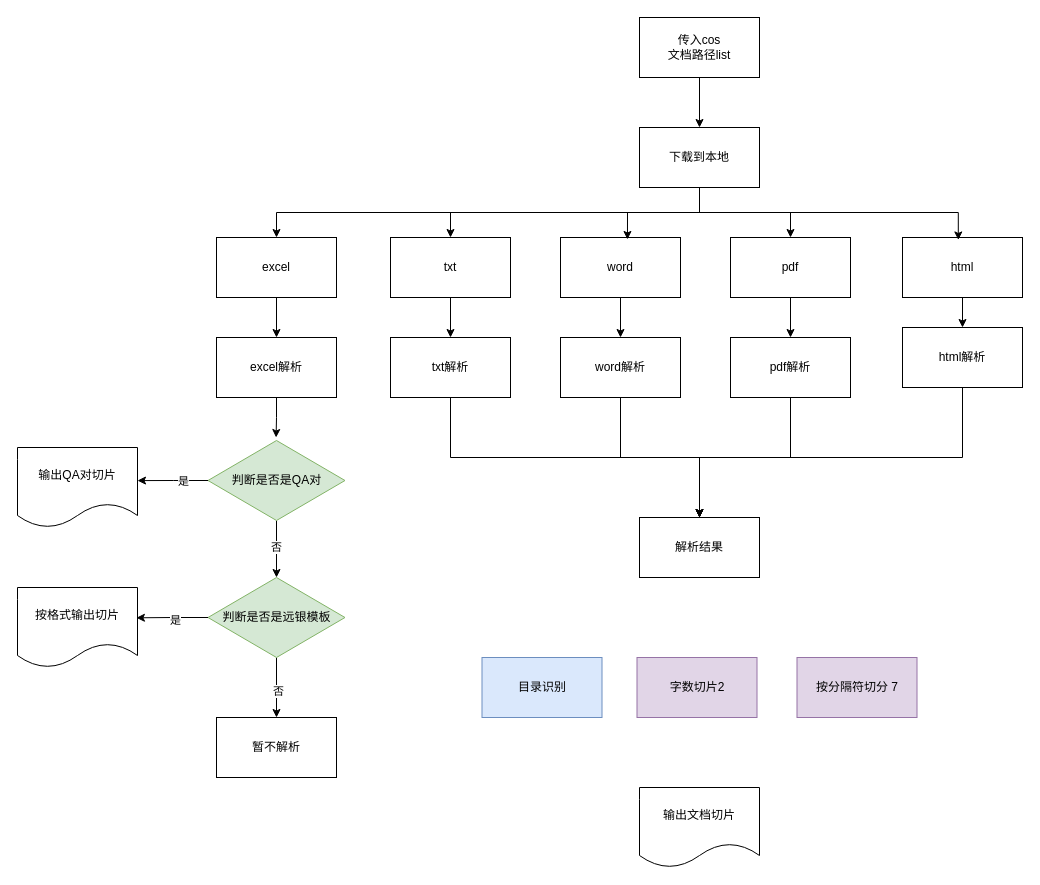
This is 时序图.drawio from archwolf118/AI, a draw.io file, before an edit. Source tidied: cells renumbered, new cells numbered last; positions are measured from the earlier drawing's top-left corner, leaving out a move shared by most shapes. Both pictures are drawn from the tidied source at 100%, with x=0, y=0 at pixel (17, 17).
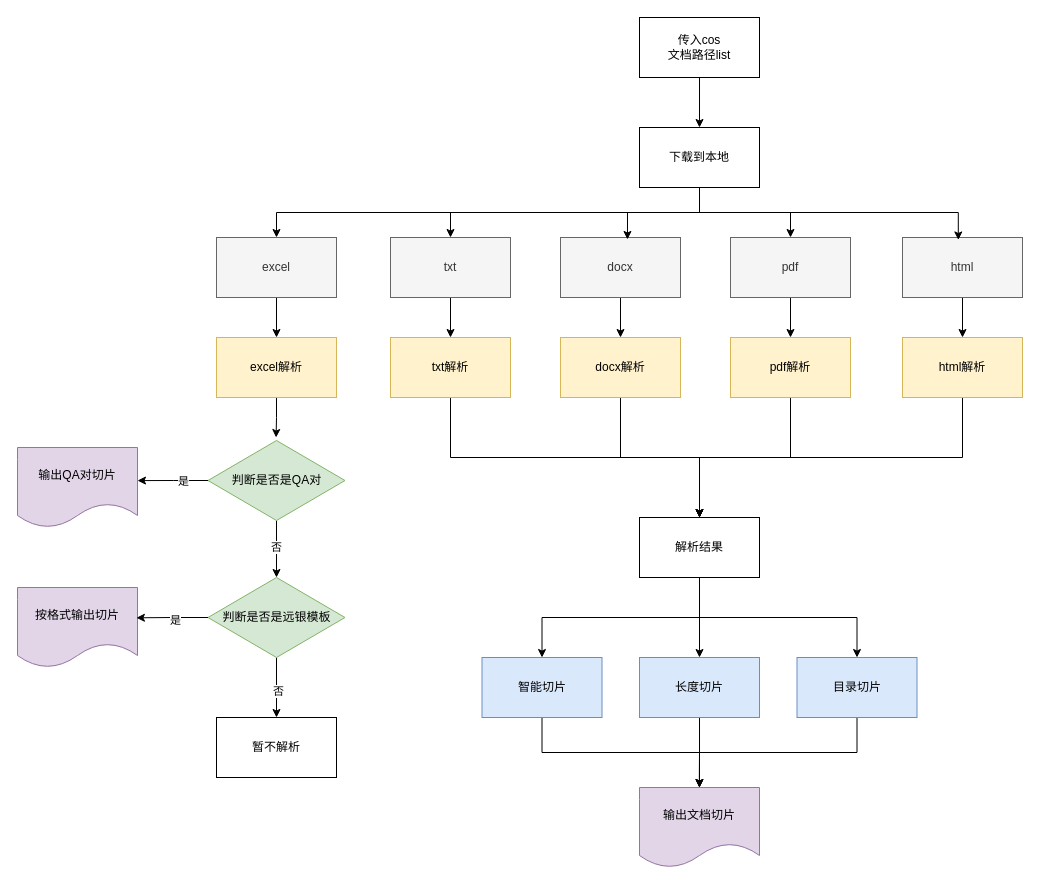
After the change.

Commit message (it also covers changes not shown here):
更新时序图.drawio

Unchanged cells that the change refers to:
```xml
<mxCell id="47" value="解析结果" style="rounded=0;whiteSpace=wrap;html=1;" parent="1" vertex="1">
  <mxGeometry x="622" y="500" width="120" height="60" as="geometry" />
</mxCell>
```

Diff of the diagram source:
```diff
@@
-    <mxCell id="9" value="txt" style="rounded=0;whiteSpace=wrap;html=1;" parent="1" vertex="1">
+    <mxCell id="9" value="txt" style="rounded=0;whiteSpace=wrap;html=1;fillColor=#f5f5f5;fontColor=#333333;strokeColor=#666666;" parent="1" vertex="1">
       <mxGeometry x="373" y="220" width="120" height="60" as="geometry" />
     </mxCell>
@@
-    <mxCell id="11" value="word" style="rounded=0;whiteSpace=wrap;html=1;" parent="1" vertex="1">
+    <mxCell id="11" value="docx" style="rounded=0;whiteSpace=wrap;html=1;fillColor=#f5f5f5;fontColor=#333333;strokeColor=#666666;" parent="1" vertex="1">
       <mxGeometry x="543" y="220" width="120" height="60" as="geometry" />
     </mxCell>
@@
-    <mxCell id="13" value="pdf" style="rounded=0;whiteSpace=wrap;html=1;" parent="1" vertex="1">
+    <mxCell id="13" value="pdf" style="rounded=0;whiteSpace=wrap;html=1;fillColor=#f5f5f5;fontColor=#333333;strokeColor=#666666;" parent="1" vertex="1">
       <mxGeometry x="713" y="220" width="120" height="60" as="geometry" />
     </mxCell>
@@
-    <mxCell id="15" value="html" style="rounded=0;whiteSpace=wrap;html=1;" parent="1" vertex="1">
+    <mxCell id="15" value="html" style="rounded=0;whiteSpace=wrap;html=1;fillColor=#f5f5f5;fontColor=#333333;strokeColor=#666666;" parent="1" vertex="1">
       <mxGeometry x="885" y="220" width="120" height="60" as="geometry" />
     </mxCell>
@@
-    <mxCell id="19" value="excel" style="rounded=0;whiteSpace=wrap;html=1;" parent="1" vertex="1">
+    <mxCell id="19" value="excel" style="rounded=0;whiteSpace=wrap;html=1;fillColor=#f5f5f5;fontColor=#333333;strokeColor=#666666;" parent="1" vertex="1">
       <mxGeometry x="199" y="220" width="120" height="60" as="geometry" />
     </mxCell>
@@
-    <mxCell id="26" value="html解析" style="rounded=0;whiteSpace=wrap;html=1;" parent="1" vertex="1">
-      <mxGeometry x="885" y="310" width="120" height="60" as="geometry" />
+    <mxCell id="26" value="html解析" style="rounded=0;whiteSpace=wrap;html=1;fillColor=#fff2cc;strokeColor=#d6b656;" parent="1" vertex="1">
+      <mxGeometry x="885" y="320" width="120" height="60" as="geometry" />
     </mxCell>
@@
-    <mxCell id="28" value="excel解析" style="rounded=0;whiteSpace=wrap;html=1;" parent="1" vertex="1">
+    <mxCell id="28" value="excel解析" style="rounded=0;whiteSpace=wrap;html=1;fillColor=#fff2cc;strokeColor=#d6b656;" parent="1" vertex="1">
       <mxGeometry x="199" y="320" width="120" height="60" as="geometry" />
     </mxCell>
-    <mxCell id="29" value="输出QA对切片" style="shape=document;whiteSpace=wrap;html=1;boundedLbl=1;" parent="1" vertex="1">
+    <mxCell id="29" value="输出QA对切片" style="shape=document;whiteSpace=wrap;html=1;boundedLbl=1;fillColor=#e1d5e7;strokeColor=#9673a6;" parent="1" vertex="1">
       <mxGeometry y="430" width="120" height="80" as="geometry" />
     </mxCell>
@@
-    <mxCell id="31" value="word解析" style="rounded=0;whiteSpace=wrap;html=1;" parent="1" vertex="1">
+    <mxCell id="31" value="docx解析" style="rounded=0;whiteSpace=wrap;html=1;fillColor=#fff2cc;strokeColor=#d6b656;" parent="1" vertex="1">
       <mxGeometry x="543" y="320" width="120" height="60" as="geometry" />
     </mxCell>
@@
-    <mxCell id="33" value="txt解析" style="rounded=0;whiteSpace=wrap;html=1;" parent="1" vertex="1">
+    <mxCell id="33" value="txt解析" style="rounded=0;whiteSpace=wrap;html=1;fillColor=#fff2cc;strokeColor=#d6b656;" parent="1" vertex="1">
       <mxGeometry x="373" y="320" width="120" height="60" as="geometry" />
     </mxCell>
+    <mxCell id="48" style="edgeStyle=orthogonalEdgeStyle;rounded=0;jettySize=auto;html=1;exitX=0.5;exitY=1;exitDx=0;exitDy=0;entryX=0.5;entryY=0;entryDx=0;entryDy=0;" parent="1" edge="1" source="34" target="36">
+      <mxGeometry relative="1" as="geometry" />
+    </mxCell>
-    <mxCell id="34" value="目录识别" style="rounded=0;whiteSpace=wrap;html=1;fillColor=#dae8fc;strokeColor=#6c8ebf;" parent="1" vertex="1">
+    <mxCell id="34" value="智能切片" style="rounded=0;whiteSpace=wrap;html=1;fillColor=#dae8fc;strokeColor=#6c8ebf;" parent="1" vertex="1">
       <mxGeometry x="464.5" y="640" width="120" height="60" as="geometry" />
     </mxCell>
+    <mxCell id="49" style="edgeStyle=orthogonalEdgeStyle;rounded=0;jettySize=auto;html=1;exitX=0.5;exitY=1;exitDx=0;exitDy=0;" parent="1" edge="1" source="35">
+      <mxGeometry relative="1" as="geometry">
+        <mxPoint x="681.8" y="770" as="targetPoint" />
+      </mxGeometry>
+    </mxCell>
-    <mxCell id="35" value="字数切片2" style="rounded=0;whiteSpace=wrap;html=1;fillColor=#e1d5e7;strokeColor=#9673a6;" parent="1" vertex="1">
-      <mxGeometry x="619.5" y="640" width="120" height="60" as="geometry" />
+    <mxCell id="35" value="长度切片" style="rounded=0;whiteSpace=wrap;html=1;fillColor=#dae8fc;strokeColor=#6c8ebf;" parent="1" vertex="1">
+      <mxGeometry x="622" y="640" width="120" height="60" as="geometry" />
     </mxCell>
-    <mxCell id="36" value="输出文档切片" style="shape=document;whiteSpace=wrap;html=1;boundedLbl=1;" parent="1" vertex="1">
+    <mxCell id="36" value="输出文档切片" style="shape=document;whiteSpace=wrap;html=1;boundedLbl=1;fillColor=#e1d5e7;strokeColor=#9673a6;" parent="1" vertex="1">
       <mxGeometry x="622" y="770" width="120" height="80" as="geometry" />
     </mxCell>
@@
-    <mxCell id="38" value="pdf解析" style="rounded=0;whiteSpace=wrap;html=1;" parent="1" vertex="1">
+    <mxCell id="38" value="pdf解析" style="rounded=0;whiteSpace=wrap;html=1;fillColor=#fff2cc;strokeColor=#d6b656;" parent="1" vertex="1">
       <mxGeometry x="713" y="320" width="120" height="60" as="geometry" />
     </mxCell>
+    <mxCell id="50" style="edgeStyle=orthogonalEdgeStyle;rounded=0;jettySize=auto;html=1;exitX=0.5;exitY=1;exitDx=0;exitDy=0;entryX=0.5;entryY=0;entryDx=0;entryDy=0;" parent="1" edge="1" source="39" target="36">
+      <mxGeometry relative="1" as="geometry" />
+    </mxCell>
-    <mxCell id="39" value="按分隔符切分 7" style="rounded=0;whiteSpace=wrap;html=1;fillColor=#e1d5e7;strokeColor=#9673a6;" parent="1" vertex="1">
+    <mxCell id="39" value="目录切片" style="rounded=0;whiteSpace=wrap;html=1;fillColor=#dae8fc;strokeColor=#6c8ebf;" parent="1" vertex="1">
       <mxGeometry x="779.5" y="640" width="120" height="60" as="geometry" />
     </mxCell>
@@
-    <mxCell id="43" value="按格式输出切片" style="shape=document;whiteSpace=wrap;html=1;boundedLbl=1;" parent="1" vertex="1">
+    <mxCell id="43" value="按格式输出切片" style="shape=document;whiteSpace=wrap;html=1;boundedLbl=1;fillColor=#e1d5e7;strokeColor=#9673a6;" parent="1" vertex="1">
       <mxGeometry y="570" width="120" height="80" as="geometry" />
     </mxCell>
@@
+    <mxCell id="51" style="edgeStyle=orthogonalEdgeStyle;rounded=0;jettySize=auto;html=1;exitX=0.5;exitY=1;exitDx=0;exitDy=0;entryX=0.5;entryY=0;entryDx=0;entryDy=0;" parent="1" edge="1" source="47" target="34">
+      <mxGeometry relative="1" as="geometry" />
+    </mxCell>
+    <mxCell id="52" style="edgeStyle=orthogonalEdgeStyle;rounded=0;jettySize=auto;html=1;exitX=0.5;exitY=1;exitDx=0;exitDy=0;entryX=0.5;entryY=0;entryDx=0;entryDy=0;" parent="1" edge="1" source="47" target="35">
+      <mxGeometry relative="1" as="geometry" />
+    </mxCell>
+    <mxCell id="53" style="edgeStyle=orthogonalEdgeStyle;rounded=0;jettySize=auto;html=1;exitX=0.5;exitY=1;exitDx=0;exitDy=0;entryX=0.5;entryY=0;entryDx=0;entryDy=0;" parent="1" edge="1" source="47" target="39">
+      <mxGeometry relative="1" as="geometry" />
+    </mxCell>
```
